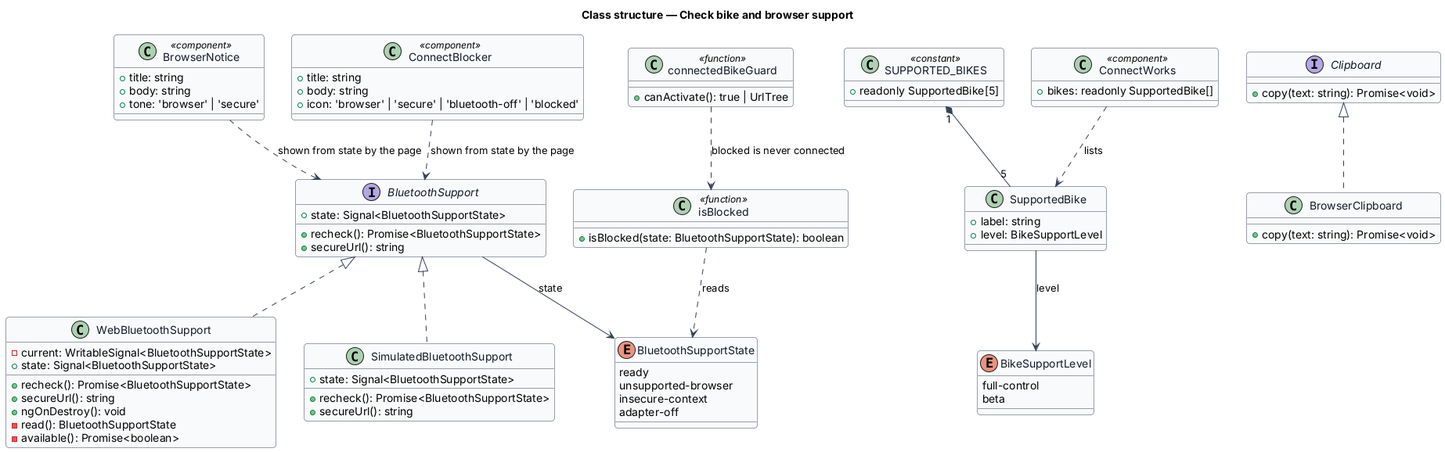
Above: docs/detailed-designs/bike/check-bike-and-browser-support/diagrams/class-structure.png in QuinntyneBrown/ride-one (PlantUML), before the change.
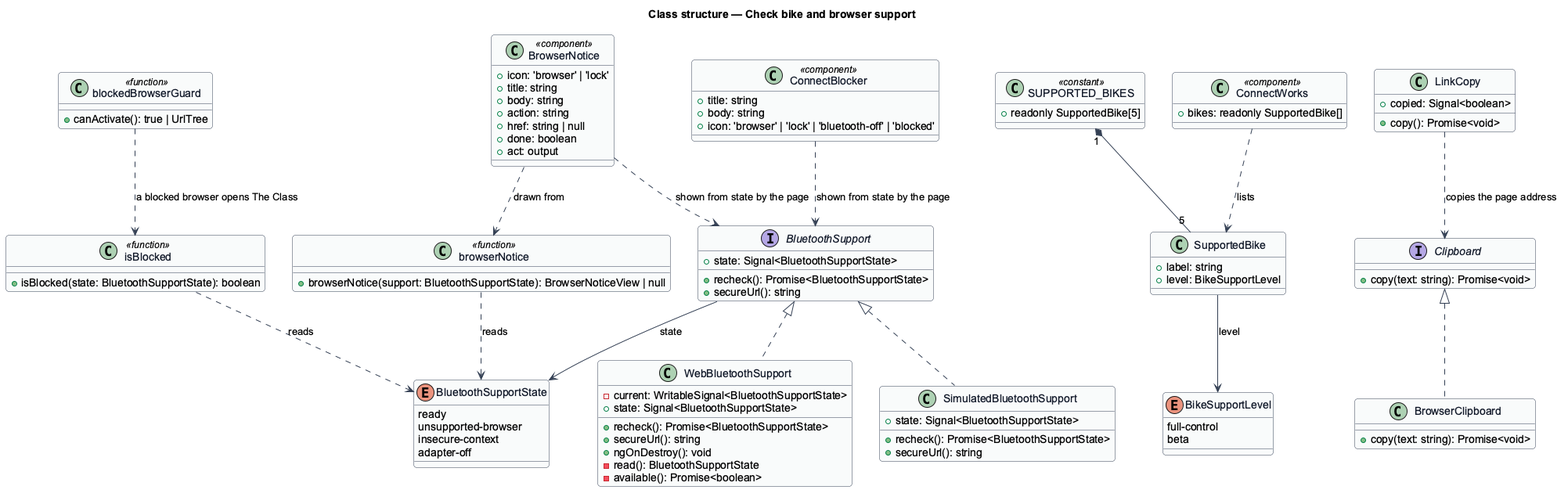
Above is the later version.

The edit, as a diff of the source:
```diff
@@ -67,22 +67,35 @@
 }
 
 class BrowserNotice <<component>> {
+  +icon: 'browser' | 'lock'
   +title: string
   +body: string
-  +tone: 'browser' | 'secure'
+  +action: string
+  +href: string | null
+  +done: boolean
+  +act: output
+}
+
+class "browserNotice" as noticeHelper <<function>> {
+  +browserNotice(support: BluetoothSupportState): BrowserNoticeView | null
+}
+
+class LinkCopy {
+  +copied: Signal<boolean>
+  +copy(): Promise<void>
 }
 
 class ConnectBlocker <<component>> {
   +title: string
   +body: string
-  +icon: 'browser' | 'secure' | 'bluetooth-off' | 'blocked'
+  +icon: 'browser' | 'lock' | 'bluetooth-off' | 'blocked'
 }
 
 class ConnectWorks <<component>> {
   +bikes: readonly SupportedBike[]
 }
 
-class "connectedBikeGuard" as guard <<function>> {
+class "blockedBrowserGuard" as guard <<function>> {
   +canActivate(): true | UrlTree
 }
 
@@ -96,5 +109,8 @@
 ConnectWorks ..> SupportedBike : lists
 BrowserNotice ..> BluetoothSupport : shown from state by the page
 ConnectBlocker ..> BluetoothSupport : shown from state by the page
-guard ..> isBlocked : blocked is never connected
+guard ..> isBlocked : a blocked browser opens The Class
+noticeHelper ..> BluetoothSupportState : reads
+BrowserNotice ..> noticeHelper : drawn from
+LinkCopy ..> Clipboard : copies the page address
 @enduml
```
